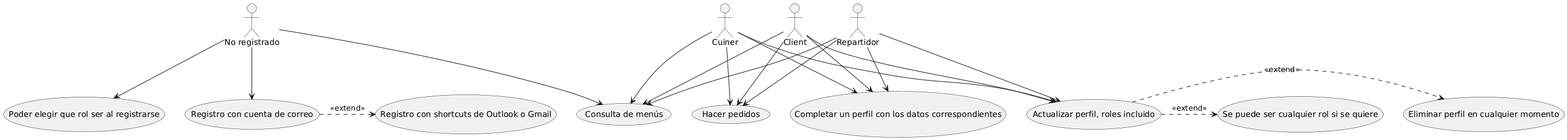
This is documents/Diagrames Casos d'Us/Diagrames/Diagrama Caso de uso B1.png from dabien3/ES25UAB-511-05, a PlantUML export, as it was before one commit.
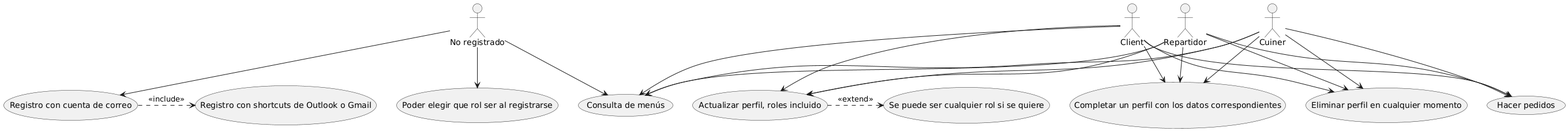
The same diagram one commit later.

Change to the diagram source:
```diff
@@ -30,9 +30,11 @@
 cu --> R6
 r --> R6
 n --> R8
+cl --> R7
+cu --> R7
+r --> R7
 
 
-R3 .> R4: <<extend>>
-R6 .> R7 : <<extend>>
+R3 .> R4: <<include>>
 R6 .> R9 : <<extend>>
 @enduml
```
